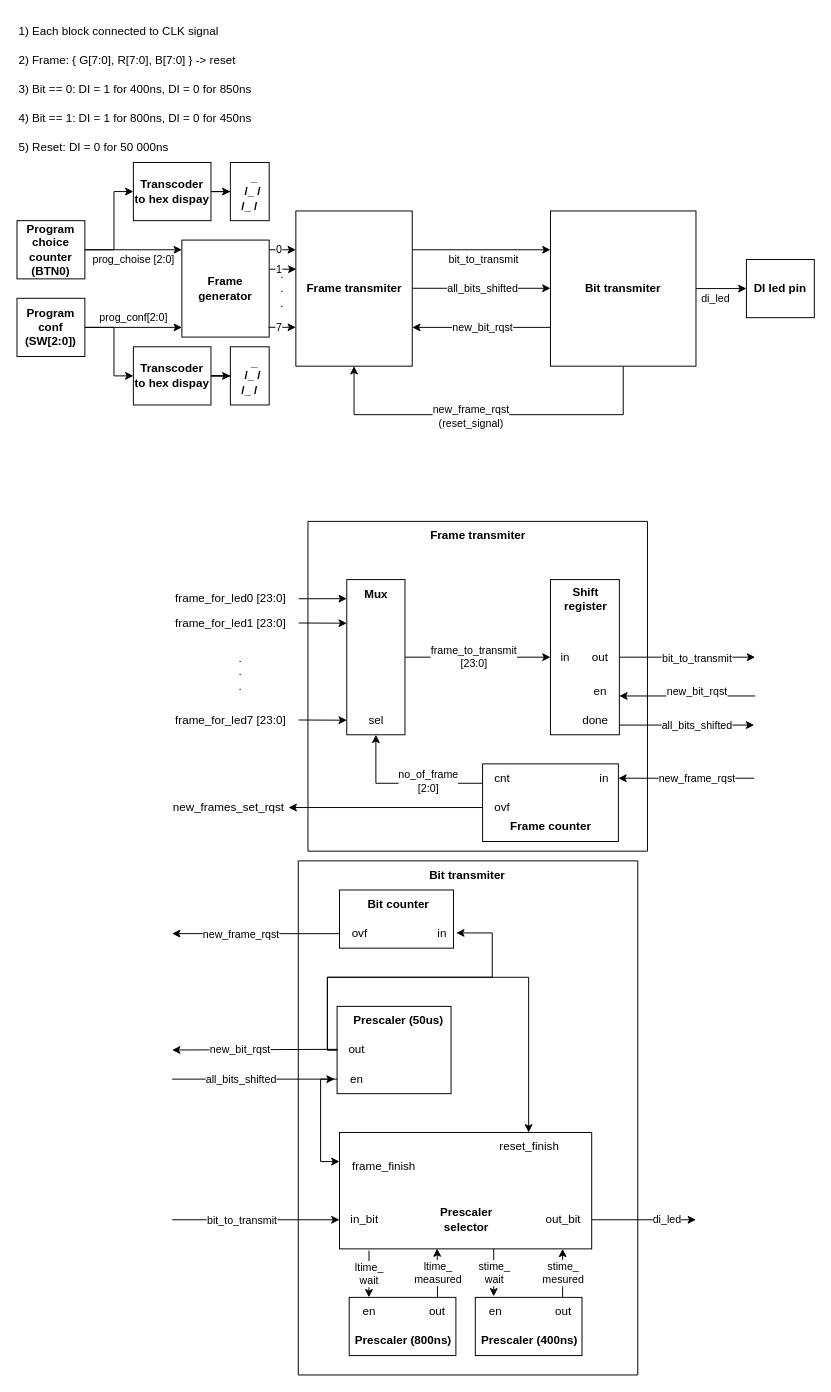
The draw.io diagram LedSnake.drawio in r-smalec/LedSnake, before the edit. Source tidied: cells renumbered, new cells numbered last; positions are measured from the earlier drawing's top-left corner, leaving out a move shared by most shapes. Both pictures are drawn from the tidied source at 97%, with x=0, y=0 at pixel (16, 16).
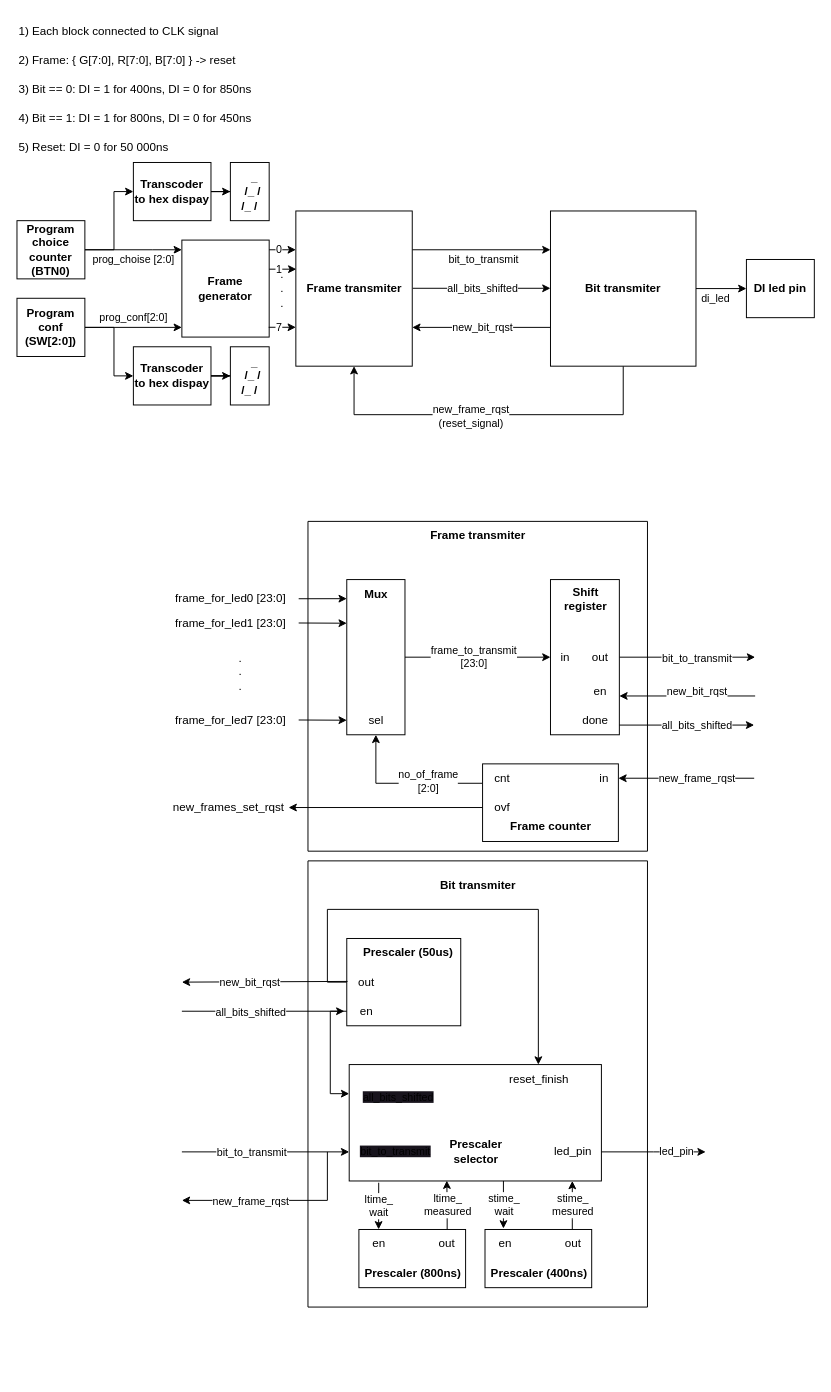
The same diagram, later.

Commit message:
Architecture schematic changed

Change to the diagram source:
```diff
@@
     <mxCell id="68" style="swimlane;startSize=0;" parent="1" vertex="1">
-      <mxGeometry x="290" y="870" width="350" height="530" as="geometry" />
+      <mxGeometry x="300" y="870" width="350" height="460" as="geometry" />
     </mxCell>
     <mxCell id="69" value="&lt;b&gt;Bit transmiter&lt;/b&gt;" style="text;html=1;align=center;verticalAlign=middle;strokeColor=none;fillColor=none;" parent="68" vertex="1">
-      <mxGeometry x="124" width="100" height="30" as="geometry" />
+      <mxGeometry x="125" y="10" width="100" height="30" as="geometry" />
     </mxCell>
     <mxCell id="70" style="rounded=0;whiteSpace=wrap;html=1;" parent="68" vertex="1">
-      <mxGeometry x="42.5" y="280" width="260" height="120" as="geometry" />
+      <mxGeometry x="42.5" y="210" width="260" height="120" as="geometry" />
     </mxCell>
     <mxCell id="71" value="ltime_&lt;br&gt;measured" style="edgeStyle=orthogonalEdgeStyle;rounded=0;jettySize=auto;html=1;entryX=0.387;entryY=0.997;entryDx=0;entryDy=0;entryPerimeter=0;" parent="68" edge="1" source="72" target="70">
       <mxGeometry relative="1" as="geometry">
         <Array as="points">
-          <mxPoint x="143.5" y="425" />
-          <mxPoint x="143.5" y="425" />
+          <mxPoint x="143.5" y="355" />
+          <mxPoint x="143.5" y="355" />
         </Array>
       </mxGeometry>
     </mxCell>
     <mxCell id="72" style="rounded=0;whiteSpace=wrap;html=1;" parent="68" vertex="1">
-      <mxGeometry x="52.5" y="450" width="110" height="60" as="geometry" />
+      <mxGeometry x="52.5" y="380" width="110" height="60" as="geometry" />
     </mxCell>
     <mxCell id="73" value="stime_&lt;br&gt;mesured" style="edgeStyle=orthogonalEdgeStyle;rounded=0;jettySize=auto;html=1;" parent="68" edge="1" source="74">
       <mxGeometry relative="1" as="geometry">
-        <mxPoint x="272.5" y="400" as="targetPoint" />
+        <mxPoint x="272.5" y="330" as="targetPoint" />
         <Array as="points">
-          <mxPoint x="272.5" y="440" />
-          <mxPoint x="272.5" y="440" />
+          <mxPoint x="272.5" y="370" />
+          <mxPoint x="272.5" y="370" />
         </Array>
       </mxGeometry>
     </mxCell>
     <mxCell id="74" style="rounded=0;whiteSpace=wrap;html=1;" parent="68" vertex="1">
-      <mxGeometry x="182.5" y="450" width="110" height="60" as="geometry" />
+      <mxGeometry x="182.5" y="380" width="110" height="60" as="geometry" />
     </mxCell>
     <mxCell id="75" value="&lt;b&gt;Prescaler&amp;nbsp;&lt;span style=&quot;&quot;&gt;(800ns)&lt;/span&gt;&lt;/b&gt;" style="text;html=1;align=center;verticalAlign=middle;strokeColor=none;fillColor=none;" parent="68" vertex="1">
-      <mxGeometry x="47.5" y="480" width="120" height="30" as="geometry" />
+      <mxGeometry x="47.5" y="410" width="120" height="30" as="geometry" />
     </mxCell>
     <mxCell id="76" value="&lt;b&gt;Prescaler&amp;nbsp;&lt;span style=&quot;&quot;&gt;(400ns)&lt;/span&gt;&lt;/b&gt;" style="text;html=1;align=center;verticalAlign=middle;strokeColor=none;fillColor=none;" parent="68" vertex="1">
-      <mxGeometry x="177.5" y="480" width="120" height="30" as="geometry" />
+      <mxGeometry x="177.5" y="410" width="120" height="30" as="geometry" />
     </mxCell>
     <mxCell id="77" value="out" style="text;html=1;align=center;verticalAlign=middle;strokeColor=none;fillColor=none;" parent="68" vertex="1">
-      <mxGeometry x="122.5" y="450" width="40" height="30" as="geometry" />
+      <mxGeometry x="122.5" y="380" width="40" height="30" as="geometry" />
     </mxCell>
     <mxCell id="78" value="out" style="text;html=1;align=center;verticalAlign=middle;strokeColor=none;fillColor=none;" parent="68" vertex="1">
-      <mxGeometry x="252.5" y="450" width="40" height="30" as="geometry" />
+      <mxGeometry x="252.5" y="380" width="40" height="30" as="geometry" />
     </mxCell>
     <mxCell id="79" value="en" style="text;html=1;align=center;verticalAlign=middle;points=[];strokeColor=none;fillColor=none;" parent="68" vertex="1">
-      <mxGeometry x="52.5" y="450" width="40" height="30" as="geometry" />
+      <mxGeometry x="52.5" y="380" width="40" height="30" as="geometry" />
     </mxCell>
     <mxCell id="80" value="en" style="text;html=1;align=center;verticalAlign=middle;strokeColor=none;fillColor=none;" parent="68" vertex="1">
-      <mxGeometry x="182.5" y="450" width="40" height="30" as="geometry" />
+      <mxGeometry x="182.5" y="380" width="40" height="30" as="geometry" />
     </mxCell>
@@
     <mxCell id="82" value="stime_&lt;br&gt;wait" style="endArrow=classic;html=1;rounded=0;entryX=0.508;entryY=-0.002;entryDx=0;entryDy=0;entryPerimeter=0;exitX=0.117;exitY=1.015;exitDx=0;exitDy=0;exitPerimeter=0;" parent="68" edge="1">
       <mxGeometry relative="1" as="geometry">
-        <mxPoint x="201.5" y="400" as="sourcePoint" />
-        <mxPoint x="201.5" y="449" as="targetPoint" />
+        <mxPoint x="201.5" y="330" as="sourcePoint" />
+        <mxPoint x="201.5" y="379" as="targetPoint" />
       </mxGeometry>
     </mxCell>
-    <mxCell id="83" value="in_bit" style="text;html=1;align=center;verticalAlign=middle;strokeColor=none;fillColor=none;" parent="68" vertex="1">
-      <mxGeometry x="42.5" y="355" width="50" height="30" as="geometry" />
+    <mxCell id="83" value="&lt;span style=&quot;font-size: 11px; background-color: rgb(24, 20, 29);&quot;&gt;bit_to_transmit&lt;/span&gt;" style="text;html=1;align=center;verticalAlign=middle;strokeColor=none;fillColor=none;" parent="68" vertex="1">
+      <mxGeometry x="40" y="285" width="100" height="30" as="geometry" />
     </mxCell>
-    <mxCell id="84" value="di_led" style="edgeStyle=orthogonalEdgeStyle;rounded=0;jettySize=auto;html=1;" parent="68" edge="1" source="85">
+    <mxCell id="84" value="led_pin" style="edgeStyle=orthogonalEdgeStyle;rounded=0;jettySize=auto;html=1;" parent="68" edge="1" source="85">
       <mxGeometry x="0.44" relative="1" as="geometry">
-        <mxPoint x="410" y="370" as="targetPoint" />
+        <mxPoint x="410" y="300" as="targetPoint" />
       </mxGeometry>
     </mxCell>
-    <mxCell id="85" value="out_bit" style="text;html=1;align=center;verticalAlign=middle;points=[];strokeColor=none;fillColor=none;" parent="68" vertex="1">
-      <mxGeometry x="242.5" y="355" width="60" height="30" as="geometry" />
+    <mxCell id="85" value="led_pin" style="text;html=1;align=center;verticalAlign=middle;points=[];strokeColor=none;fillColor=none;" parent="68" vertex="1">
+      <mxGeometry x="242.5" y="285" width="60" height="30" as="geometry" />
     </mxCell>
     <mxCell id="86" value="&lt;b&gt;Prescaler&lt;br style=&quot;&quot;&gt;&lt;span style=&quot;&quot;&gt;selector&lt;/span&gt;&lt;/b&gt;" style="text;html=1;align=center;verticalAlign=middle;strokeColor=none;fillColor=none;" parent="68" vertex="1">
-      <mxGeometry x="132.5" y="350" width="80" height="40" as="geometry" />
+      <mxGeometry x="132.5" y="280" width="80" height="40" as="geometry" />
     </mxCell>
     <mxCell id="87" style="rounded=0;whiteSpace=wrap;html=1;" parent="68" vertex="1">
-      <mxGeometry x="40" y="150" width="117.5" height="90" as="geometry" />
+      <mxGeometry x="40" y="80" width="117.5" height="90" as="geometry" />
     </mxCell>
     <mxCell id="88" value="&lt;b&gt;Prescaler&amp;nbsp;&lt;span style=&quot;&quot;&gt;(50us)&lt;/span&gt;&lt;/b&gt;" style="text;html=1;align=center;verticalAlign=middle;strokeColor=none;fillColor=none;" parent="68" vertex="1">
-      <mxGeometry x="42.5" y="150" width="120" height="30" as="geometry" />
+      <mxGeometry x="42.5" y="80" width="120" height="30" as="geometry" />
     </mxCell>
-    <mxCell id="89" style="edgeStyle=orthogonalEdgeStyle;rounded=0;jettySize=auto;html=1;entryX=1.012;entryY=0.475;entryDx=0;entryDy=0;entryPerimeter=0;" parent="68" edge="1" source="91" target="97">
-      <mxGeometry relative="1" as="geometry">
-        <Array as="points">
-          <mxPoint x="30" y="195" />
-          <mxPoint x="30" y="120" />
-          <mxPoint x="200" y="120" />
-          <mxPoint x="200" y="74" />
-        </Array>
-      </mxGeometry>
-    </mxCell>
     <mxCell id="90" style="edgeStyle=orthogonalEdgeStyle;rounded=0;jettySize=auto;html=1;entryX=0.75;entryY=0;entryDx=0;entryDy=0;" parent="68" edge="1" source="91" target="70">
       <mxGeometry relative="1" as="geometry">
         <Array as="points">
-          <mxPoint x="30" y="195" />
-          <mxPoint x="30" y="120" />
-          <mxPoint x="238" y="120" />
+          <mxPoint x="20" y="125" />
+          <mxPoint x="20" y="50" />
+          <mxPoint x="238" y="50" />
         </Array>
       </mxGeometry>
     </mxCell>
     <mxCell id="91" value="out" style="text;html=1;align=center;verticalAlign=middle;points=[];strokeColor=none;fillColor=none;" parent="68" vertex="1">
-      <mxGeometry x="40" y="180" width="40" height="30" as="geometry" />
+      <mxGeometry x="40" y="110" width="40" height="30" as="geometry" />
     </mxCell>
     <mxCell id="92" style="edgeStyle=orthogonalEdgeStyle;rounded=0;jettySize=auto;html=1;entryX=0;entryY=0.25;entryDx=0;entryDy=0;" parent="68" edge="1" target="70">
       <mxGeometry relative="1" as="geometry">
-        <mxPoint x="40" y="225" as="sourcePoint" />
+        <mxPoint x="40" y="155" as="sourcePoint" />
         <Array as="points">
-          <mxPoint x="23" y="225" />
-          <mxPoint x="23" y="310" />
+          <mxPoint x="23" y="155" />
+          <mxPoint x="23" y="240" />
         </Array>
       </mxGeometry>
     </mxCell>
     <mxCell id="93" value="en" style="text;html=1;align=center;verticalAlign=middle;points=[];strokeColor=none;fillColor=none;" parent="68" vertex="1">
-      <mxGeometry x="40" y="210" width="40" height="30" as="geometry" />
+      <mxGeometry x="40" y="140" width="40" height="30" as="geometry" />
     </mxCell>
-    <mxCell id="94" style="whiteSpace=wrap;html=1;" parent="68" vertex="1">
-      <mxGeometry x="42.5" y="30" width="117.5" height="60" as="geometry" />
-    </mxCell>
-    <mxCell id="95" value="&lt;b&gt;Bit counter&lt;/b&gt;" style="text;html=1;align=center;verticalAlign=middle;strokeColor=none;fillColor=none;" parent="68" vertex="1">
-      <mxGeometry x="57.5" y="30" width="90" height="30" as="geometry" />
-    </mxCell>
-    <mxCell id="96" value="ovf" style="text;html=1;align=center;verticalAlign=middle;points=[];strokeColor=none;fillColor=none;" parent="68" vertex="1">
-      <mxGeometry x="42.5" y="60" width="40" height="30" as="geometry" />
-    </mxCell>
-    <mxCell id="97" value="in" style="text;html=1;align=center;verticalAlign=middle;points=[];strokeColor=none;fillColor=none;" parent="68" vertex="1">
-      <mxGeometry x="132.5" y="60" width="30" height="30" as="geometry" />
-    </mxCell>
-    <mxCell id="98" value="frame_finish" style="text;html=1;align=center;verticalAlign=middle;strokeColor=none;fillColor=none;" parent="68" vertex="1">
-      <mxGeometry x="42.5" y="300" width="90" height="30" as="geometry" />
+    <mxCell id="98" value="&lt;span style=&quot;font-size: 11px; background-color: rgb(24, 20, 29);&quot;&gt;all_bits_shifted&lt;/span&gt;" style="text;html=1;align=center;verticalAlign=middle;strokeColor=none;fillColor=none;" parent="68" vertex="1">
+      <mxGeometry x="42.5" y="229" width="100" height="30" as="geometry" />
     </mxCell>
     <mxCell id="99" value="reset_finish" style="text;html=1;align=center;verticalAlign=middle;strokeColor=none;fillColor=none;" parent="68" vertex="1">
-      <mxGeometry x="197.5" y="280" width="80" height="30" as="geometry" />
+      <mxGeometry x="197.5" y="210" width="80" height="30" as="geometry" />
     </mxCell>
+    <mxCell id="104" style="endArrow=classic;html=1;rounded=0;" parent="68" edge="1">
+      <mxGeometry relative="1" as="geometry">
+        <mxPoint x="20" y="300" as="sourcePoint" />
+        <mxPoint x="-130" y="350" as="targetPoint" />
+        <Array as="points">
+          <mxPoint x="20" y="350" />
+        </Array>
+      </mxGeometry>
+    </mxCell>
+    <mxCell id="105" value="new_frame_rqst" style="edgeLabel;html=1;align=center;verticalAlign=middle;" parent="104" vertex="1">
+      <mxGeometry x="0.15" relative="1" as="geometry">
+        <mxPoint x="-15" as="offset" />
+      </mxGeometry>
+    </mxCell>
     <mxCell id="100" style="edgeStyle=none;html=1;entryX=0;entryY=0.75;entryDx=0;entryDy=0;" parent="1" edge="1" target="70">
       <mxGeometry relative="1" as="geometry">
-        <mxPoint x="160" y="1240" as="sourcePoint" />
+        <mxPoint x="170" y="1170" as="sourcePoint" />
       </mxGeometry>
     </mxCell>
@@
     <mxCell id="102" style="endArrow=classic;html=1;rounded=0;entryX=-0.062;entryY=0.5;entryDx=0;entryDy=0;entryPerimeter=0;" parent="1" edge="1" target="93">
       <mxGeometry relative="1" as="geometry">
-        <mxPoint x="160" y="1095" as="sourcePoint" />
+        <mxPoint x="170" y="1025" as="sourcePoint" />
       </mxGeometry>
     </mxCell>
@@
-    <mxCell id="104" style="endArrow=classic;html=1;rounded=0;exitX=0.011;exitY=0.502;exitDx=0;exitDy=0;exitPerimeter=0;" parent="1" edge="1" source="96">
-      <mxGeometry relative="1" as="geometry">
-        <mxPoint x="160" y="945" as="targetPoint" />
-      </mxGeometry>
-    </mxCell>
-    <mxCell id="105" value="new_frame_rqst" style="edgeLabel;html=1;align=center;verticalAlign=middle;" parent="104" vertex="1">
-      <mxGeometry x="0.15" relative="1" as="geometry">
-        <mxPoint x="-3" as="offset" />
-      </mxGeometry>
-    </mxCell>
     <mxCell id="106" style="endArrow=classic;html=1;rounded=0;exitX=0.02;exitY=0.476;exitDx=0;exitDy=0;exitPerimeter=0;" parent="1" edge="1" source="91">
       <mxGeometry relative="1" as="geometry">
-        <mxPoint x="160" y="1065" as="targetPoint" />
+        <mxPoint x="170" y="995" as="targetPoint" />
       </mxGeometry>
     </mxCell>
```
